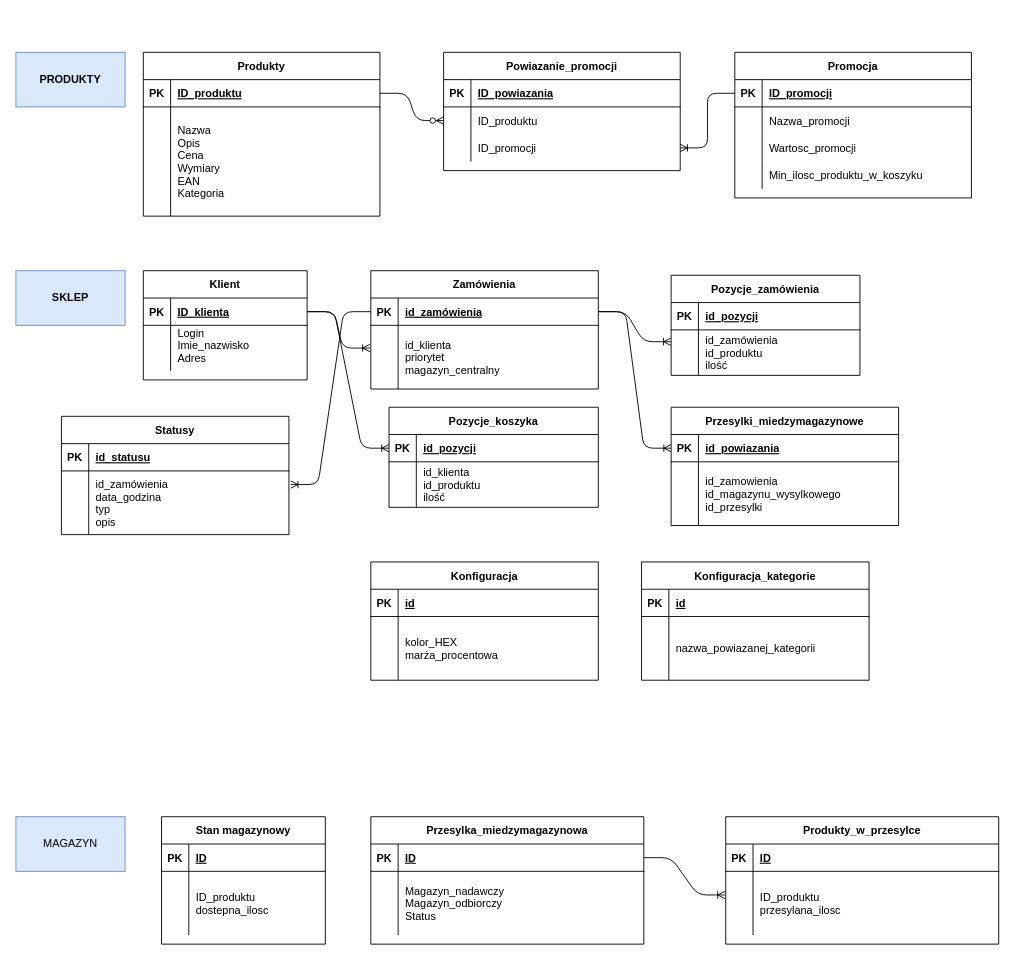
Before: ERD_nowe.drawio in mwvabes/proseminarium-Wielgos-Lech-Plesniarski-Podkulski, a draw.io diagram. Source tidied: cells renumbered, new cells numbered last; positions are measured from the earlier drawing's top-left corner, leaving out a move shared by most shapes. Both pictures are drawn from the tidied source at 91%, with x=0, y=0 at pixel (15, 52).
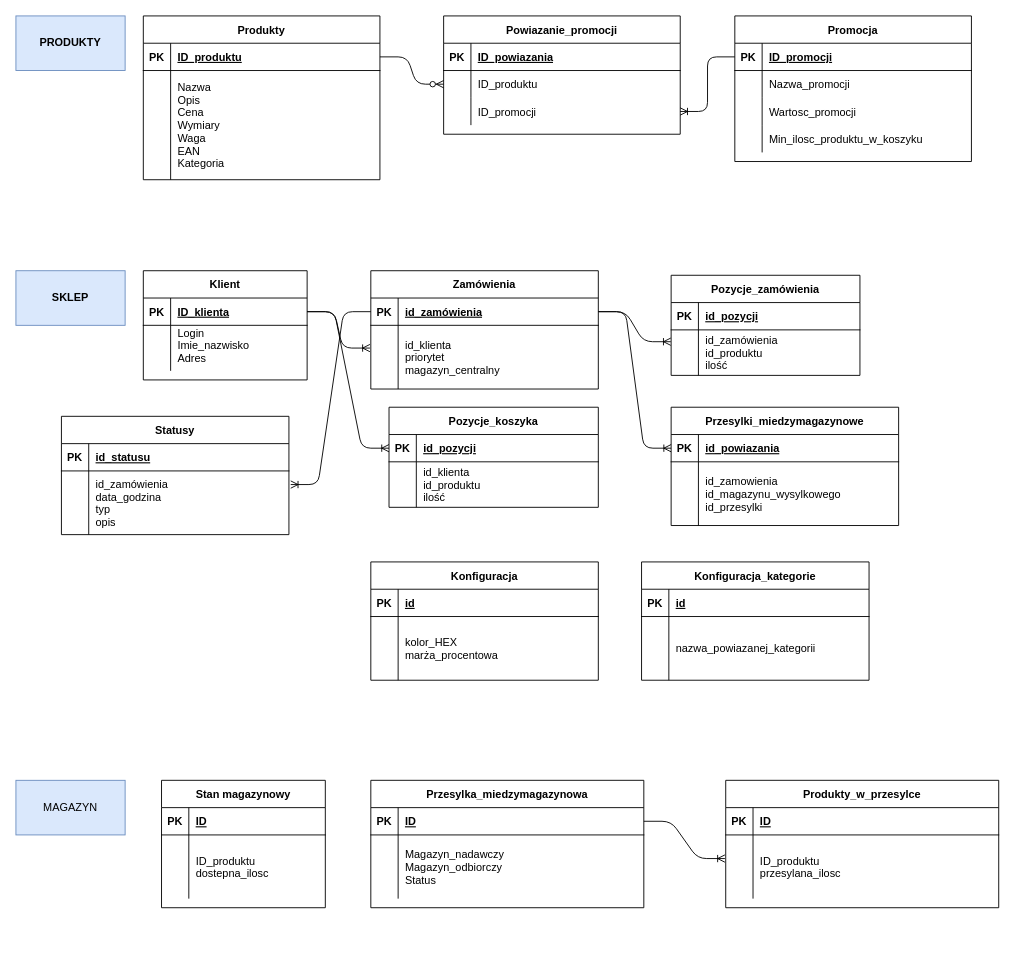
Above is the later version.

The change refers to these unchanged cells:
```xml
<mxCell id="6" style="shape=partialRectangle;fillColor=none;top=0;left=0;bottom=0;right=0;" parent="2" vertex="1">
  <mxGeometry y="60" width="260" height="120" as="geometry" />
</mxCell>
```

The edit, as a diff of the source:
```diff
@@
     <mxCell id="2" value="Produkty" style="shape=table;startSize=30;childLayout=tableLayout;rowLines=0;fontStyle=1;align=center;" parent="1" vertex="1">
-      <mxGeometry x="140" width="260" height="180" as="geometry" />
+      <mxGeometry x="140" y="-40" width="260" height="180" as="geometry" />
     </mxCell>
@@
-    <mxCell id="8" value="Nazwa&#10;Opis&#10;Cena&#10;Wymiary&#10;EAN&#10;Kategoria" style="shape=partialRectangle;fillColor=none;top=0;left=0;bottom=0;right=0;align=left;spacingLeft=6;overflow=hidden;" parent="6" vertex="1">
+    <mxCell id="8" value="Nazwa&#10;Opis&#10;Cena&#10;Wymiary&#10;Waga&#10;EAN&#10;Kategoria" style="shape=partialRectangle;fillColor=none;top=0;left=0;bottom=0;right=0;align=left;spacingLeft=6;overflow=hidden;" parent="6" vertex="1">
       <mxGeometry x="30" width="230" height="120" as="geometry" />
     </mxCell>
     <mxCell id="9" value="Promocja" style="shape=table;startSize=30;childLayout=tableLayout;rowLines=0;fontStyle=1;align=center;" parent="1" vertex="1">
-      <mxGeometry x="790" width="260" height="160" as="geometry" />
+      <mxGeometry x="790" y="-40" width="260" height="160" as="geometry" />
     </mxCell>
@@
     <mxCell id="22" value="Powiazanie_promocji" style="shape=table;startSize=30;childLayout=tableLayout;rowLines=0;fontStyle=1;align=center;" parent="1" vertex="1">
-      <mxGeometry x="470" width="260" height="130" as="geometry" />
+      <mxGeometry x="470" y="-40" width="260" height="130" as="geometry" />
     </mxCell>
@@
     <mxCell id="88" value="PRODUKTY" style="rounded=0;whiteSpace=wrap;html=1;fontStyle=1;fillColor=#dae8fc;strokeColor=#6c8ebf;" parent="1" vertex="1">
-      <mxGeometry width="120" height="60" as="geometry" />
+      <mxGeometry y="-40" width="120" height="60" as="geometry" />
     </mxCell>
     <mxCell id="89" value="MAGAZYN" style="rounded=0;whiteSpace=wrap;html=1;fillColor=#dae8fc;strokeColor=#6c8ebf;" parent="1" vertex="1">
-      <mxGeometry y="840" width="120" height="60" as="geometry" />
+      <mxGeometry y="800" width="120" height="60" as="geometry" />
     </mxCell>
     <mxCell id="90" value="Stan magazynowy" style="shape=table;startSize=30;childLayout=tableLayout;rowLines=0;fontStyle=1;align=center;" parent="1" vertex="1">
-      <mxGeometry x="160" y="840" width="180" height="140" as="geometry" />
+      <mxGeometry x="160" y="800" width="180" height="140" as="geometry" />
     </mxCell>
@@
     <mxCell id="97" value="Przesylka_miedzymagazynowa" style="shape=table;startSize=30;childLayout=tableLayout;rowLines=0;fontStyle=1;align=center;" parent="1" vertex="1">
-      <mxGeometry x="390" y="840" width="300" height="140" as="geometry" />
+      <mxGeometry x="390" y="800" width="300" height="140" as="geometry" />
     </mxCell>
@@
     <mxCell id="104" value="Produkty_w_przesylce" style="shape=table;startSize=30;childLayout=tableLayout;rowLines=0;fontStyle=1;align=center;" parent="1" vertex="1">
-      <mxGeometry x="780" y="840" width="300" height="140" as="geometry" />
+      <mxGeometry x="780" y="800" width="300" height="140" as="geometry" />
     </mxCell>
```
